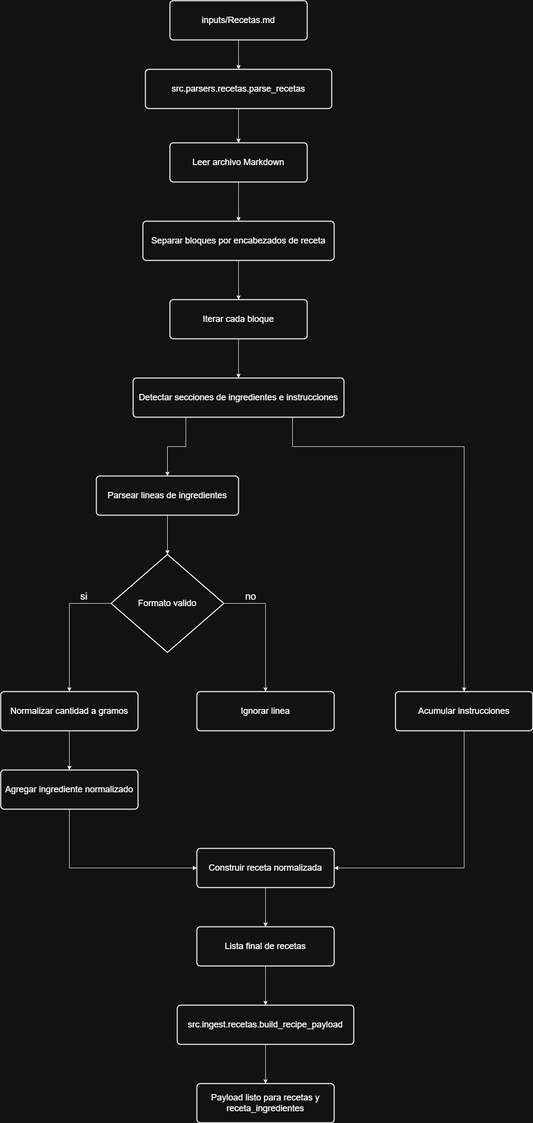
nicolasfoster82/WNS-instancia-evaluativa keeps this draw.io diagram as docs/diagrama-de-flujo-recetas.png. Above is the earlier version. Source tidied: cells renumbered, new cells last; positions are measured from the earlier drawing's top-left corner, leaving out a move shared by most shapes. The source it was exported from:
```xml
<mxGraphModel>
  <root>
    <mxCell id="0" />
    <mxCell id="1" parent="0" />
    <mxCell id="2" style="edgeStyle=orthogonalEdgeStyle;rounded=0;jettySize=auto;html=1;" parent="1" edge="1" source="3" target="14">
      <mxGeometry relative="1" as="geometry" />
    </mxCell>
    <mxCell id="3" value="inputs/Recetas.md" style="rounded=1;whiteSpace=wrap;html=1;absoluteArcSize=1;arcSize=14;strokeWidth=2;fontSize=18;" parent="1" vertex="1">
      <mxGeometry x="345" width="280" height="80" as="geometry" />
    </mxCell>
    <mxCell id="4" style="edgeStyle=orthogonalEdgeStyle;rounded=0;jettySize=auto;html=1;" parent="1" edge="1" source="5" target="7">
      <mxGeometry relative="1" as="geometry" />
    </mxCell>
    <mxCell id="5" value="Leer archivo Markdown" style="rounded=1;whiteSpace=wrap;html=1;absoluteArcSize=1;arcSize=14;strokeWidth=2;fontSize=18;" parent="1" vertex="1">
      <mxGeometry x="345" y="290" width="280" height="80" as="geometry" />
    </mxCell>
    <mxCell id="6" style="edgeStyle=orthogonalEdgeStyle;rounded=0;jettySize=auto;html=1;" parent="1" edge="1" source="7" target="9">
      <mxGeometry relative="1" as="geometry" />
    </mxCell>
    <mxCell id="7" value="Separar bloques por encabezados de receta" style="rounded=1;whiteSpace=wrap;html=1;absoluteArcSize=1;arcSize=14;strokeWidth=2;fontSize=18;" parent="1" vertex="1">
      <mxGeometry x="290" y="450" width="390" height="80" as="geometry" />
    </mxCell>
    <mxCell id="8" style="edgeStyle=orthogonalEdgeStyle;rounded=0;jettySize=auto;html=1;" parent="1" edge="1" source="9" target="12">
      <mxGeometry relative="1" as="geometry" />
    </mxCell>
    <mxCell id="9" value="Iterar cada bloque" style="rounded=1;whiteSpace=wrap;html=1;absoluteArcSize=1;arcSize=14;strokeWidth=2;fontSize=18;" parent="1" vertex="1">
      <mxGeometry x="345" y="610" width="280" height="80" as="geometry" />
    </mxCell>
    <mxCell id="10" style="edgeStyle=orthogonalEdgeStyle;rounded=0;jettySize=auto;html=1;entryX=0.5;entryY=0;entryDx=0;entryDy=0;exitX=0.25;exitY=1;exitDx=0;exitDy=0;" parent="1" edge="1" source="12" target="24">
      <mxGeometry relative="1" as="geometry" />
    </mxCell>
    <mxCell id="11" style="edgeStyle=orthogonalEdgeStyle;rounded=0;jettySize=auto;html=1;entryX=0.5;entryY=0;entryDx=0;entryDy=0;exitX=0.75;exitY=1;exitDx=0;exitDy=0;" parent="1" edge="1" source="12" target="30">
      <mxGeometry relative="1" as="geometry">
        <Array as="points">
          <mxPoint x="595" y="850" />
          <mxPoint x="595" y="910" />
          <mxPoint x="945" y="910" />
        </Array>
      </mxGeometry>
    </mxCell>
    <mxCell id="12" value="Detectar secciones de ingredientes e instrucciones" style="rounded=1;whiteSpace=wrap;html=1;absoluteArcSize=1;arcSize=14;strokeWidth=2;fontSize=18;" parent="1" vertex="1">
      <mxGeometry x="270" y="770" width="430" height="80" as="geometry" />
    </mxCell>
    <mxCell id="13" style="edgeStyle=orthogonalEdgeStyle;rounded=0;jettySize=auto;html=1;" parent="1" edge="1" source="14" target="5">
      <mxGeometry relative="1" as="geometry" />
    </mxCell>
    <mxCell id="14" value="src.parsers.recetas.parse_recetas" style="rounded=1;whiteSpace=wrap;html=1;absoluteArcSize=1;arcSize=14;strokeWidth=2;fontSize=18;" parent="1" vertex="1">
      <mxGeometry x="295" y="140" width="380" height="80" as="geometry" />
    </mxCell>
    <mxCell id="15" style="edgeStyle=orthogonalEdgeStyle;rounded=0;jettySize=auto;html=1;exitX=0;exitY=0.5;exitDx=0;exitDy=0;exitPerimeter=0;" parent="1" edge="1" source="17" target="19">
      <mxGeometry relative="1" as="geometry" />
    </mxCell>
    <mxCell id="16" style="edgeStyle=orthogonalEdgeStyle;rounded=0;jettySize=auto;html=1;entryX=0.5;entryY=0;entryDx=0;entryDy=0;exitX=1;exitY=0.5;exitDx=0;exitDy=0;exitPerimeter=0;" parent="1" edge="1" source="17" target="21">
      <mxGeometry relative="1" as="geometry" />
    </mxCell>
    <mxCell id="17" value="Formato valido" style="strokeWidth=2;html=1;shape=mxgraph.flowchart.decision;whiteSpace=wrap;fontSize=18;" parent="1" vertex="1">
      <mxGeometry x="225" y="1130" width="230" height="200" as="geometry" />
    </mxCell>
    <mxCell id="18" style="edgeStyle=orthogonalEdgeStyle;rounded=0;jettySize=auto;html=1;" parent="1" edge="1" source="19" target="26">
      <mxGeometry relative="1" as="geometry" />
    </mxCell>
    <mxCell id="19" value="Normalizar cantidad a gramos" style="rounded=1;whiteSpace=wrap;html=1;absoluteArcSize=1;arcSize=14;strokeWidth=2;fontSize=18;" parent="1" vertex="1">
      <mxGeometry y="1410" width="280" height="80" as="geometry" />
    </mxCell>
    <mxCell id="20" value="si" style="text;html=1;whiteSpace=wrap;strokeColor=none;fillColor=none;align=center;verticalAlign=middle;rounded=0;fontSize=20;labelBackgroundColor=default;" parent="1" vertex="1">
      <mxGeometry x="140" y="1200" width="60" height="30" as="geometry" />
    </mxCell>
    <mxCell id="21" value="Ignorar linea" style="rounded=1;whiteSpace=wrap;html=1;absoluteArcSize=1;arcSize=14;strokeWidth=2;fontSize=18;" parent="1" vertex="1">
      <mxGeometry x="400" y="1410" width="280" height="80" as="geometry" />
    </mxCell>
    <mxCell id="22" value="no" style="text;html=1;whiteSpace=wrap;strokeColor=none;fillColor=none;align=center;verticalAlign=middle;rounded=0;fontSize=20;labelBackgroundColor=default;" parent="1" vertex="1">
      <mxGeometry x="480" y="1200" width="60" height="30" as="geometry" />
    </mxCell>
    <mxCell id="23" style="edgeStyle=orthogonalEdgeStyle;rounded=0;jettySize=auto;html=1;" parent="1" edge="1" source="24" target="17">
      <mxGeometry relative="1" as="geometry" />
    </mxCell>
    <mxCell id="24" value="Parsear lineas de ingredientes" style="rounded=1;whiteSpace=wrap;html=1;absoluteArcSize=1;arcSize=14;strokeWidth=2;fontSize=18;" parent="1" vertex="1">
      <mxGeometry x="195" y="970" width="290" height="80" as="geometry" />
    </mxCell>
    <mxCell id="25" style="edgeStyle=orthogonalEdgeStyle;rounded=0;jettySize=auto;html=1;entryX=0;entryY=0.5;entryDx=0;entryDy=0;" parent="1" edge="1" source="26" target="28">
      <mxGeometry relative="1" as="geometry">
        <Array as="points">
          <mxPoint x="140" y="1770" />
        </Array>
      </mxGeometry>
    </mxCell>
    <mxCell id="26" value="Agregar ingrediente normalizado" style="rounded=1;whiteSpace=wrap;html=1;absoluteArcSize=1;arcSize=14;strokeWidth=2;fontSize=18;" parent="1" vertex="1">
      <mxGeometry y="1570" width="280" height="80" as="geometry" />
    </mxCell>
    <mxCell id="27" style="edgeStyle=orthogonalEdgeStyle;rounded=0;jettySize=auto;html=1;" parent="1" edge="1" source="28" target="32">
      <mxGeometry relative="1" as="geometry" />
    </mxCell>
    <mxCell id="28" value="Construir receta normalizada" style="rounded=1;whiteSpace=wrap;html=1;absoluteArcSize=1;arcSize=14;strokeWidth=2;fontSize=18;" parent="1" vertex="1">
      <mxGeometry x="400" y="1730" width="280" height="80" as="geometry" />
    </mxCell>
    <mxCell id="29" style="edgeStyle=orthogonalEdgeStyle;rounded=0;jettySize=auto;html=1;entryX=1;entryY=0.5;entryDx=0;entryDy=0;" parent="1" edge="1" source="30" target="28">
      <mxGeometry relative="1" as="geometry">
        <Array as="points">
          <mxPoint x="945" y="1770" />
        </Array>
      </mxGeometry>
    </mxCell>
    <mxCell id="30" value="Acumular instrucciones" style="rounded=1;whiteSpace=wrap;html=1;absoluteArcSize=1;arcSize=14;strokeWidth=2;fontSize=18;" parent="1" vertex="1">
      <mxGeometry x="805" y="1410" width="280" height="80" as="geometry" />
    </mxCell>
    <mxCell id="31" style="edgeStyle=orthogonalEdgeStyle;rounded=0;jettySize=auto;html=1;" parent="1" edge="1" source="32" target="34">
      <mxGeometry relative="1" as="geometry" />
    </mxCell>
    <mxCell id="32" value="Lista final de recetas" style="rounded=1;whiteSpace=wrap;html=1;absoluteArcSize=1;arcSize=14;strokeWidth=2;fontSize=18;" parent="1" vertex="1">
      <mxGeometry x="400" y="1890" width="280" height="80" as="geometry" />
    </mxCell>
    <mxCell id="33" style="edgeStyle=orthogonalEdgeStyle;rounded=0;jettySize=auto;html=1;" parent="1" edge="1" source="34" target="35">
      <mxGeometry relative="1" as="geometry" />
    </mxCell>
    <mxCell id="34" value="src.ingest.recetas.build_recipe_payload" style="rounded=1;whiteSpace=wrap;html=1;absoluteArcSize=1;arcSize=14;strokeWidth=2;fontSize=18;" parent="1" vertex="1">
      <mxGeometry x="360" y="2050" width="360" height="80" as="geometry" />
    </mxCell>
    <mxCell id="35" value="Payload listo para recetas y receta_ingredientes" style="rounded=1;whiteSpace=wrap;html=1;absoluteArcSize=1;arcSize=14;strokeWidth=2;fontSize=18;" parent="1" vertex="1">
      <mxGeometry x="400" y="2210" width="280" height="80" as="geometry" />
    </mxCell>
  </root>
</mxGraphModel>
```
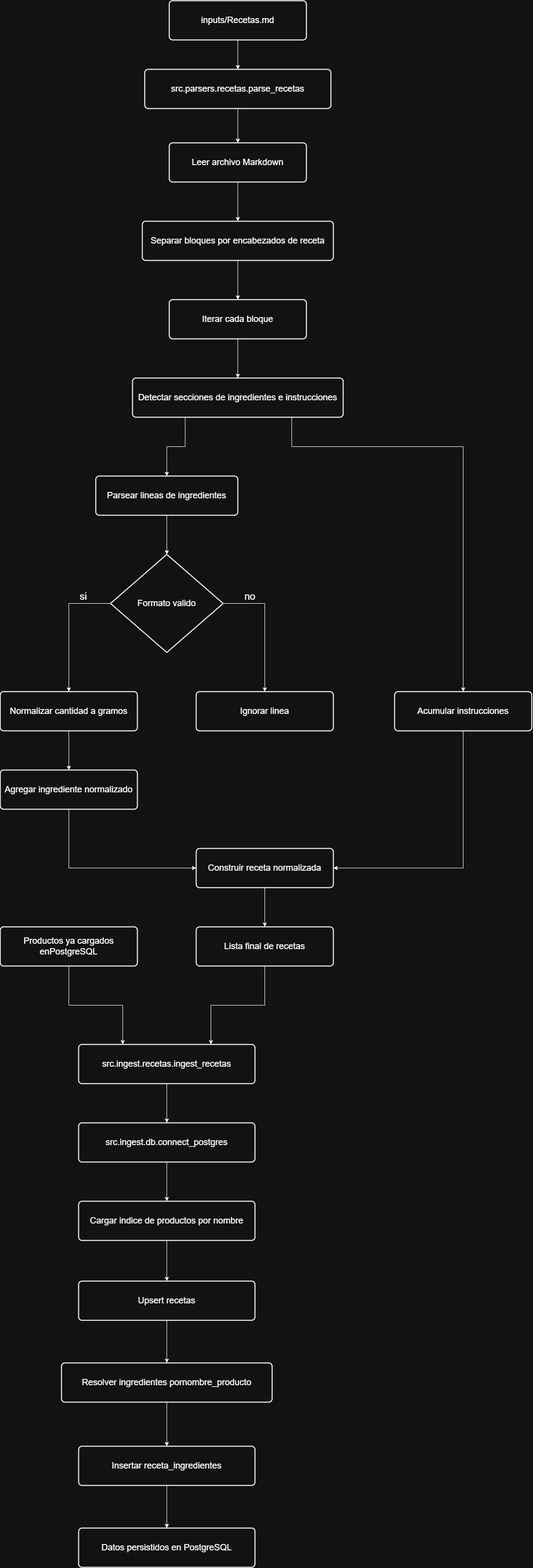
The same file after the commit.

Commit message:
Agregar ingesta de recetas en PostgreSQL

What changed in the source:
```diff
@@ -103,20 +103,61 @@
     <mxCell id="30" value="Acumular instrucciones" style="rounded=1;whiteSpace=wrap;html=1;absoluteArcSize=1;arcSize=14;strokeWidth=2;fontSize=18;" parent="1" vertex="1">
       <mxGeometry x="805" y="1410" width="280" height="80" as="geometry" />
     </mxCell>
-    <mxCell id="31" style="edgeStyle=orthogonalEdgeStyle;rounded=0;jettySize=auto;html=1;" parent="1" edge="1" source="32" target="34">
-      <mxGeometry relative="1" as="geometry" />
+    <mxCell id="31" style="edgeStyle=orthogonalEdgeStyle;rounded=0;jettySize=auto;html=1;entryX=0.75;entryY=0;entryDx=0;entryDy=0;" parent="1" edge="1" source="32" target="34">
+      <mxGeometry relative="1" as="geometry">
+        <Array as="points">
+          <mxPoint x="540" y="2050" />
+          <mxPoint x="430" y="2050" />
+        </Array>
+      </mxGeometry>
     </mxCell>
     <mxCell id="32" value="Lista final de recetas" style="rounded=1;whiteSpace=wrap;html=1;absoluteArcSize=1;arcSize=14;strokeWidth=2;fontSize=18;" parent="1" vertex="1">
       <mxGeometry x="400" y="1890" width="280" height="80" as="geometry" />
     </mxCell>
-    <mxCell id="33" style="edgeStyle=orthogonalEdgeStyle;rounded=0;jettySize=auto;html=1;" parent="1" edge="1" source="34" target="35">
-      <mxGeometry relative="1" as="geometry" />
-    </mxCell>
+    <mxCell id="36" style="edgeStyle=orthogonalEdgeStyle;rounded=0;jettySize=auto;html=1;" parent="1" edge="1" source="34" target="39">
+      <mxGeometry relative="1" as="geometry" />
+    </mxCell>
-    <mxCell id="34" value="src.ingest.recetas.build_recipe_payload" style="rounded=1;whiteSpace=wrap;html=1;absoluteArcSize=1;arcSize=14;strokeWidth=2;fontSize=18;" parent="1" vertex="1">
-      <mxGeometry x="360" y="2050" width="360" height="80" as="geometry" />
+    <mxCell id="34" value="&lt;div&gt;src.ingest.recetas.ingest_recetas&lt;/div&gt;" style="rounded=1;whiteSpace=wrap;html=1;absoluteArcSize=1;arcSize=14;strokeWidth=2;fontSize=18;" parent="1" vertex="1">
+      <mxGeometry x="160" y="2130" width="360" height="80" as="geometry" />
     </mxCell>
+    <mxCell id="37" style="edgeStyle=orthogonalEdgeStyle;rounded=0;jettySize=auto;html=1;entryX=0.25;entryY=0;entryDx=0;entryDy=0;" parent="1" edge="1" source="35" target="34">
+      <mxGeometry relative="1" as="geometry" />
+    </mxCell>
-    <mxCell id="35" value="Payload listo para recetas y receta_ingredientes" style="rounded=1;whiteSpace=wrap;html=1;absoluteArcSize=1;arcSize=14;strokeWidth=2;fontSize=18;" parent="1" vertex="1">
-      <mxGeometry x="400" y="2210" width="280" height="80" as="geometry" />
+    <mxCell id="35" value="&lt;div&gt;Productos ya cargados enPostgreSQL&lt;/div&gt;" style="rounded=1;whiteSpace=wrap;html=1;absoluteArcSize=1;arcSize=14;strokeWidth=2;fontSize=18;" parent="1" vertex="1">
+      <mxGeometry y="1890" width="280" height="80" as="geometry" />
     </mxCell>
+    <mxCell id="38" style="edgeStyle=orthogonalEdgeStyle;rounded=0;jettySize=auto;html=1;" parent="1" edge="1" source="39" target="41">
+      <mxGeometry relative="1" as="geometry" />
+    </mxCell>
+    <mxCell id="39" value="&lt;div&gt;src.ingest.db.connect_postgres&lt;/div&gt;" style="rounded=1;whiteSpace=wrap;html=1;absoluteArcSize=1;arcSize=14;strokeWidth=2;fontSize=18;" parent="1" vertex="1">
+      <mxGeometry x="160" y="2290" width="360" height="80" as="geometry" />
+    </mxCell>
+    <mxCell id="40" style="edgeStyle=orthogonalEdgeStyle;rounded=0;jettySize=auto;html=1;" parent="1" edge="1" source="41" target="43">
+      <mxGeometry relative="1" as="geometry" />
+    </mxCell>
+    <mxCell id="41" value="&lt;div&gt;Cargar indice de productos por nombre&lt;/div&gt;" style="rounded=1;whiteSpace=wrap;html=1;absoluteArcSize=1;arcSize=14;strokeWidth=2;fontSize=18;" parent="1" vertex="1">
+      <mxGeometry x="160" y="2450" width="360" height="80" as="geometry" />
+    </mxCell>
+    <mxCell id="42" style="edgeStyle=orthogonalEdgeStyle;rounded=0;jettySize=auto;html=1;" parent="1" edge="1" source="43" target="45">
+      <mxGeometry relative="1" as="geometry" />
+    </mxCell>
+    <mxCell id="43" value="&lt;div&gt;Upsert recetas&lt;/div&gt;" style="rounded=1;whiteSpace=wrap;html=1;absoluteArcSize=1;arcSize=14;strokeWidth=2;fontSize=18;" parent="1" vertex="1">
+      <mxGeometry x="160" y="2613" width="360" height="80" as="geometry" />
+    </mxCell>
+    <mxCell id="44" style="edgeStyle=orthogonalEdgeStyle;rounded=0;jettySize=auto;html=1;" parent="1" edge="1" source="45" target="47">
+      <mxGeometry relative="1" as="geometry" />
+    </mxCell>
+    <mxCell id="45" value="&lt;div&gt;Resolver ingredientes pornombre_producto&lt;/div&gt;" style="rounded=1;whiteSpace=wrap;html=1;absoluteArcSize=1;arcSize=14;strokeWidth=2;fontSize=18;" parent="1" vertex="1">
+      <mxGeometry x="125" y="2780" width="430" height="80" as="geometry" />
+    </mxCell>
+    <mxCell id="46" style="edgeStyle=orthogonalEdgeStyle;rounded=0;jettySize=auto;html=1;" parent="1" edge="1" source="47" target="48">
+      <mxGeometry relative="1" as="geometry" />
+    </mxCell>
+    <mxCell id="47" value="&lt;div&gt;Insertar receta_ingredientes&lt;/div&gt;" style="rounded=1;whiteSpace=wrap;html=1;absoluteArcSize=1;arcSize=14;strokeWidth=2;fontSize=18;" parent="1" vertex="1">
+      <mxGeometry x="160" y="2950" width="360" height="80" as="geometry" />
+    </mxCell>
+    <mxCell id="48" value="&lt;div&gt;Datos persistidos en PostgreSQL&lt;/div&gt;" style="rounded=1;whiteSpace=wrap;html=1;absoluteArcSize=1;arcSize=14;strokeWidth=2;fontSize=18;" parent="1" vertex="1">
+      <mxGeometry x="160" y="3117" width="360" height="80" as="geometry" />
+    </mxCell>
   </root>
 </mxGraphModel>
```
